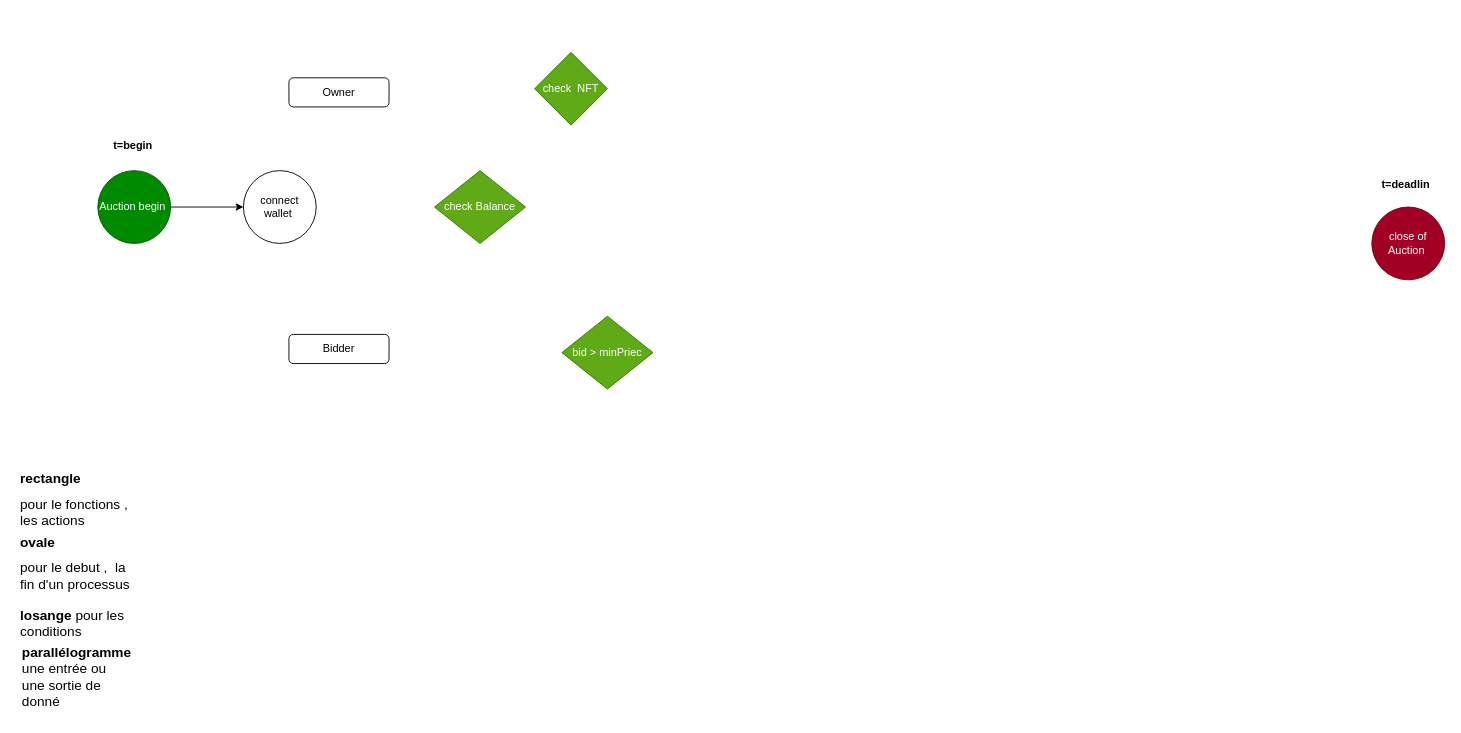
mous1985/gno keeps this draw.io diagram as examples/gno.land/r/demo/auction/test.drawio. Above is the earlier version. Source tidied: cells renumbered, new cells numbered last; positions are measured from the earlier drawing's top-left corner, leaving out a move shared by most shapes. Both pictures are drawn from the tidied source at 91%, with x=0, y=0 at pixel (15, 52).
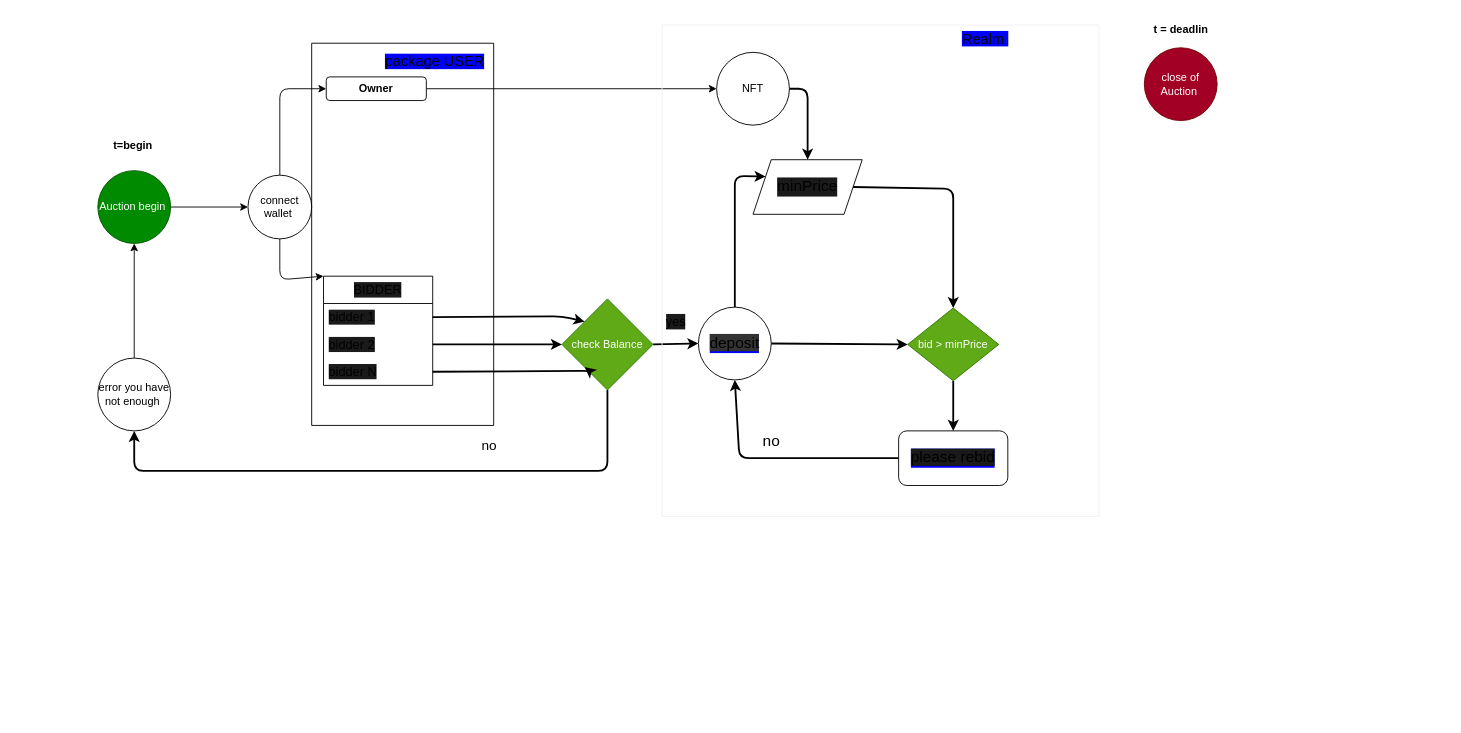
Above is the later version.

Commit message (it also covers changes not shown here):
diagram modification

Unchanged cells that the change refers to:
```xml
<mxCell id="6" value="Auction begin&amp;nbsp;" style="ellipse;whiteSpace=wrap;html=1;fillColor=#008a00;fontColor=#ffffff;strokeColor=#005700;" parent="1" vertex="1">
  <mxGeometry x="90" y="130" width="80" height="80" as="geometry" />
</mxCell>
```

The edit, as a diff of the source:
```diff
@@
-    <mxCell id="2" value="check Balance" style="rhombus;whiteSpace=wrap;html=1;fillColor=#60a917;fontColor=#ffffff;strokeColor=#2D7600;" parent="1" vertex="1">
-      <mxGeometry x="460" y="130" width="100" height="80" as="geometry" />
-    </mxCell>
-    <mxCell id="3" value="check&amp;nbsp; NFT" style="rhombus;whiteSpace=wrap;html=1;fillColor=#60a917;fontColor=#ffffff;strokeColor=#2D7600;" parent="1" vertex="1">
-      <mxGeometry x="570" width="80" height="80" as="geometry" />
-    </mxCell>
-    <mxCell id="4" value="bid &amp;gt; minPriec" style="rhombus;whiteSpace=wrap;html=1;fillColor=#60a917;fontColor=#ffffff;strokeColor=#2D7600;" parent="1" vertex="1">
-      <mxGeometry x="600" y="290" width="100" height="80" as="geometry" />
-    </mxCell>
+    <mxCell id="17" style="edgeStyle=none;html=1;exitX=0.5;exitY=1;exitDx=0;exitDy=0;entryX=0.5;entryY=1;entryDx=0;entryDy=0;startArrow=none;" parent="1" edge="1" source="21" target="6">
+      <mxGeometry relative="1" as="geometry" />
+    </mxCell>
@@
+    <mxCell id="18" style="edgeStyle=none;html=1;exitX=0.5;exitY=1;exitDx=0;exitDy=0;entryX=0;entryY=0;entryDx=0;entryDy=0;" parent="1" edge="1" source="7" target="35">
+      <mxGeometry relative="1" as="geometry">
+        <Array as="points">
+          <mxPoint x="290" y="250" />
+        </Array>
+      </mxGeometry>
+    </mxCell>
+    <mxCell id="19" style="edgeStyle=none;html=1;exitX=0.5;exitY=0;exitDx=0;exitDy=0;entryX=0;entryY=0.5;entryDx=0;entryDy=0;" parent="1" edge="1" source="7" target="11">
+      <mxGeometry relative="1" as="geometry">
+        <Array as="points">
+          <mxPoint x="290" y="40" />
+        </Array>
+      </mxGeometry>
+    </mxCell>
     <mxCell id="7" value="connect wallet&amp;nbsp;" style="ellipse;whiteSpace=wrap;html=1;" parent="1" vertex="1">
-      <mxGeometry x="250" y="130" width="80" height="80" as="geometry" />
+      <mxGeometry x="255" y="135" width="70" height="70" as="geometry" />
     </mxCell>
     <mxCell id="8" value="close of Auction&amp;nbsp;" style="ellipse;whiteSpace=wrap;html=1;fillColor=#a20025;fontColor=#ffffff;strokeColor=#6F0000;" parent="1" vertex="1">
-      <mxGeometry x="1490" y="170" width="80" height="80" as="geometry" />
+      <mxGeometry x="1240" y="-5" width="80" height="80" as="geometry" />
     </mxCell>
-    <mxCell id="9" value="&lt;b&gt;t=deadlin&lt;/b&gt;" style="text;html=1;align=center;verticalAlign=middle;strokeColor=none;fillColor=none;" parent="1" vertex="1">
-      <mxGeometry x="1487" y="131" width="80" height="30" as="geometry" />
+    <mxCell id="9" value="&lt;b&gt;t = deadlin&lt;/b&gt;" style="text;html=1;align=center;verticalAlign=middle;strokeColor=none;fillColor=none;" parent="1" vertex="1">
+      <mxGeometry x="1240" y="-40" width="80" height="30" as="geometry" />
     </mxCell>
@@
+    <mxCell id="20" style="edgeStyle=none;html=1;exitX=1;exitY=0.5;exitDx=0;exitDy=0;fontSize=17;entryX=0;entryY=0.5;entryDx=0;entryDy=0;" parent="1" edge="1" source="11" target="26">
+      <mxGeometry relative="1" as="geometry" />
+    </mxCell>
-    <mxCell id="11" value="Owner" style="rounded=1;whiteSpace=wrap;html=1;" parent="1" vertex="1">
-      <mxGeometry x="300" y="28" width="110" height="32" as="geometry" />
+    <mxCell id="11" value="&lt;b&gt;Owner&lt;/b&gt;" style="rounded=1;whiteSpace=wrap;html=1;" parent="1" vertex="1">
+      <mxGeometry x="341" y="27" width="110" height="26" as="geometry" />
     </mxCell>
-    <mxCell id="12" value="Bidder" style="rounded=1;whiteSpace=wrap;html=1;" parent="1" vertex="1">
-      <mxGeometry x="300" y="310" width="110" height="32" as="geometry" />
-    </mxCell>
-    <mxCell id="13" value="&lt;h1 style=&quot;font-size: 15px;&quot;&gt;&lt;font style=&quot;font-size: 15px;&quot;&gt;rectangle&amp;nbsp;&lt;/font&gt;&lt;/h1&gt;&lt;div style=&quot;font-size: 15px;&quot;&gt;pour le fonctions , les actions&amp;nbsp; &amp;nbsp;&lt;/div&gt;" style="text;html=1;strokeColor=none;fillColor=none;spacing=5;spacingTop=-20;whiteSpace=wrap;overflow=hidden;rounded=0;" parent="1" vertex="1">
-      <mxGeometry y="460" width="130" height="70" as="geometry" />
-    </mxCell>
-    <mxCell id="14" value="&lt;h1 style=&quot;font-size: 15px;&quot;&gt;&lt;span style=&quot;background-color: initial;&quot;&gt;ovale&amp;nbsp;&lt;/span&gt;&lt;/h1&gt;&lt;h1 style=&quot;font-size: 15px;&quot;&gt;&lt;span style=&quot;background-color: initial; font-weight: normal;&quot;&gt;pour le debut ,&amp;nbsp; la fin d'un processus&lt;/span&gt;&lt;br&gt;&lt;/h1&gt;" style="text;html=1;strokeColor=none;fillColor=none;spacing=5;spacingTop=-20;whiteSpace=wrap;overflow=hidden;rounded=0;" parent="1" vertex="1">
-      <mxGeometry y="530" width="130" height="70" as="geometry" />
-    </mxCell>
-    <mxCell id="15" value="&lt;h1 style=&quot;font-size: 15px;&quot;&gt;&lt;span style=&quot;background-color: initial;&quot;&gt;losange&amp;nbsp;&lt;/span&gt;&lt;span style=&quot;background-color: initial; font-weight: normal;&quot;&gt;pour les conditions&amp;nbsp;&lt;/span&gt;&lt;br&gt;&lt;/h1&gt;" style="text;html=1;strokeColor=none;fillColor=none;spacing=5;spacingTop=-20;whiteSpace=wrap;overflow=hidden;rounded=0;" parent="1" vertex="1">
-      <mxGeometry y="610" width="130" height="50" as="geometry" />
-    </mxCell>
-    <mxCell id="16" value="&lt;h1 style=&quot;font-size: 15px;&quot;&gt;parallélogramme&lt;span style=&quot;font-weight: normal;&quot;&gt; une entrée ou une sortie de donné&lt;/span&gt;&lt;/h1&gt;" style="text;html=1;strokeColor=none;fillColor=none;spacing=5;spacingTop=-20;whiteSpace=wrap;overflow=hidden;rounded=0;" parent="1" vertex="1">
-      <mxGeometry x="2" y="651" width="128" height="79" as="geometry" />
-    </mxCell>
+    <mxCell id="21" value="error you have not enough&amp;nbsp;" style="ellipse;whiteSpace=wrap;html=1;" parent="1" vertex="1">
+      <mxGeometry x="90" y="336" width="80" height="80" as="geometry" />
+    </mxCell>
+    <mxCell id="22" value="&lt;font style=&quot;font-size: 15px;&quot;&gt;no&lt;/font&gt;" style="text;html=1;align=center;verticalAlign=middle;strokeColor=none;fillColor=none;" parent="1" vertex="1">
+      <mxGeometry x="500" y="417" width="40" height="30" as="geometry" />
+    </mxCell>
+    <mxCell id="23" style="edgeStyle=none;html=1;entryX=0.5;entryY=1;entryDx=0;entryDy=0;strokeWidth=2;fontSize=17;" parent="1" edge="1" source="2" target="21">
+      <mxGeometry relative="1" as="geometry">
+        <Array as="points">
+          <mxPoint x="650" y="460" />
+          <mxPoint x="130" y="460" />
+        </Array>
+      </mxGeometry>
+    </mxCell>
+    <mxCell id="24" style="edgeStyle=none;html=1;exitX=1;exitY=0.5;exitDx=0;exitDy=0;entryX=0;entryY=0.5;entryDx=0;entryDy=0;strokeWidth=2;fontSize=17;" parent="1" edge="1" source="2" target="31">
+      <mxGeometry relative="1" as="geometry" />
+    </mxCell>
+    <mxCell id="2" value="check Balance" style="rhombus;whiteSpace=wrap;html=1;fillColor=#60a917;fontColor=#ffffff;strokeColor=#2D7600;" parent="1" vertex="1">
+      <mxGeometry x="600" y="271" width="100" height="100" as="geometry" />
+    </mxCell>
+    <mxCell id="25" style="edgeStyle=none;html=1;exitX=1;exitY=0.5;exitDx=0;exitDy=0;strokeWidth=2;fontSize=16;" parent="1" edge="1" source="26" target="46">
+      <mxGeometry relative="1" as="geometry">
+        <Array as="points">
+          <mxPoint x="870" y="40" />
+        </Array>
+      </mxGeometry>
+    </mxCell>
+    <mxCell id="26" value="NFT" style="ellipse;whiteSpace=wrap;html=1;rounded=1;" parent="1" vertex="1">
+      <mxGeometry x="770" width="80" height="80" as="geometry" />
+    </mxCell>
+    <mxCell id="27" style="edgeStyle=none;html=1;exitX=0.5;exitY=1;exitDx=0;exitDy=0;strokeWidth=2;fontSize=17;" parent="1" edge="1" source="28" target="33">
+      <mxGeometry relative="1" as="geometry" />
+    </mxCell>
+    <mxCell id="28" value="bid &amp;gt; minPrice" style="rhombus;whiteSpace=wrap;html=1;fillColor=#60a917;fontColor=#ffffff;strokeColor=#2D7600;" parent="1" vertex="1">
+      <mxGeometry x="980" y="281" width="100" height="80" as="geometry" />
+    </mxCell>
+    <mxCell id="29" style="edgeStyle=none;html=1;exitX=1;exitY=0.5;exitDx=0;exitDy=0;entryX=0;entryY=0.5;entryDx=0;entryDy=0;strokeWidth=2;fontSize=17;" parent="1" edge="1" source="31" target="28">
+      <mxGeometry relative="1" as="geometry" />
+    </mxCell>
+    <mxCell id="30" style="edgeStyle=none;html=1;exitX=0.5;exitY=0;exitDx=0;exitDy=0;entryX=0;entryY=0.25;entryDx=0;entryDy=0;strokeWidth=2;fontSize=16;" parent="1" edge="1" source="31" target="46">
+      <mxGeometry relative="1" as="geometry">
+        <Array as="points">
+          <mxPoint x="790" y="136" />
+        </Array>
+      </mxGeometry>
+    </mxCell>
+    <mxCell id="31" value="&lt;span style=&quot;background-color: rgb(51, 51, 51);&quot;&gt;deposit&lt;/span&gt;" style="ellipse;whiteSpace=wrap;html=1;labelBackgroundColor=#0000FF;strokeWidth=1;fontSize=17;" parent="1" vertex="1">
+      <mxGeometry x="750" y="280" width="80" height="80" as="geometry" />
+    </mxCell>
+    <mxCell id="32" style="edgeStyle=none;html=1;exitX=0;exitY=0.5;exitDx=0;exitDy=0;entryX=0.5;entryY=1;entryDx=0;entryDy=0;strokeWidth=2;fontSize=15;" parent="1" edge="1" source="33" target="31">
+      <mxGeometry relative="1" as="geometry">
+        <Array as="points">
+          <mxPoint x="795" y="446" />
+        </Array>
+      </mxGeometry>
+    </mxCell>
+    <mxCell id="33" value="&lt;span style=&quot;background-color: rgb(26, 26, 26);&quot;&gt;please rebid&lt;/span&gt;" style="rounded=1;whiteSpace=wrap;html=1;labelBackgroundColor=#0000FF;strokeWidth=1;fontSize=17;" parent="1" vertex="1">
+      <mxGeometry x="970" y="416" width="120" height="60" as="geometry" />
+    </mxCell>
+    <mxCell id="34" value="no" style="text;html=1;align=center;verticalAlign=middle;strokeColor=none;fillColor=none;fontSize=17;" parent="1" vertex="1">
+      <mxGeometry x="810" y="413" width="40" height="30" as="geometry" />
+    </mxCell>
+    <mxCell id="35" value="BIDDER" style="swimlane;fontStyle=0;horizontal=1;startSize=30;whiteSpace=wrap;html=1;labelBackgroundColor=#1A1A1A;strokeWidth=1;fontSize=14;" parent="1" vertex="1">
+      <mxGeometry x="338" y="246" width="120" height="120" as="geometry" />
+    </mxCell>
+    <mxCell id="36" value="bidder 1" style="text;strokeColor=none;fillColor=none;align=left;verticalAlign=middle;spacingLeft=4;spacingRight=4;overflow=hidden;points=[[0,0.5],[1,0.5]];portConstraint=eastwest;whiteSpace=wrap;html=1;labelBackgroundColor=#1A1A1A;strokeWidth=1;fontSize=14;" parent="35" vertex="1">
+      <mxGeometry y="30" width="120" height="30" as="geometry" />
+    </mxCell>
+    <mxCell id="37" value="bidder 2" style="text;strokeColor=none;fillColor=none;align=left;verticalAlign=middle;spacingLeft=4;spacingRight=4;overflow=hidden;points=[[0,0.5],[1,0.5]];portConstraint=eastwest;whiteSpace=wrap;html=1;labelBackgroundColor=#1A1A1A;strokeWidth=1;fontSize=14;" parent="35" vertex="1">
+      <mxGeometry y="60" width="120" height="30" as="geometry" />
+    </mxCell>
+    <mxCell id="38" value="bidder N" style="text;strokeColor=none;fillColor=none;align=left;verticalAlign=middle;spacingLeft=4;spacingRight=4;overflow=hidden;points=[[0,0.5],[1,0.5]];portConstraint=eastwest;whiteSpace=wrap;html=1;labelBackgroundColor=#1A1A1A;strokeWidth=1;fontSize=14;" parent="35" vertex="1">
+      <mxGeometry y="90" width="120" height="30" as="geometry" />
+    </mxCell>
+    <mxCell id="39" style="edgeStyle=none;html=1;exitX=1;exitY=0.5;exitDx=0;exitDy=0;entryX=0;entryY=0;entryDx=0;entryDy=0;strokeWidth=2;fontSize=14;" parent="1" edge="1" source="36" target="2">
+      <mxGeometry relative="1" as="geometry">
+        <Array as="points">
+          <mxPoint x="600" y="290" />
+        </Array>
+      </mxGeometry>
+    </mxCell>
+    <mxCell id="40" style="edgeStyle=none;html=1;exitX=1;exitY=0.5;exitDx=0;exitDy=0;entryX=0;entryY=0.5;entryDx=0;entryDy=0;strokeWidth=2;fontSize=14;" parent="1" edge="1" source="37" target="2">
+      <mxGeometry relative="1" as="geometry" />
+    </mxCell>
+    <mxCell id="41" value="yes" style="text;html=1;align=center;verticalAlign=middle;strokeColor=none;fillColor=none;fontSize=14;labelBackgroundColor=#1A1A1A;strokeWidth=1;" parent="1" vertex="1">
+      <mxGeometry x="700" y="281" width="50" height="30" as="geometry" />
+    </mxCell>
+    <mxCell id="42" style="edgeStyle=none;html=1;exitX=1;exitY=0.5;exitDx=0;exitDy=0;entryX=0;entryY=1;entryDx=0;entryDy=0;strokeWidth=2;fontSize=15;" parent="1" edge="1" source="38" target="2">
+      <mxGeometry relative="1" as="geometry">
+        <Array as="points">
+          <mxPoint x="630" y="350" />
+        </Array>
+      </mxGeometry>
+    </mxCell>
+    <mxCell id="43" style="swimlane;startSize=0;labelBackgroundColor=#1A1A1A;strokeWidth=1;fontSize=15;" parent="1" vertex="1">
+      <mxGeometry x="325" y="-10" width="200" height="420" as="geometry" />
+    </mxCell>
+    <mxCell id="44" value="&lt;font style=&quot;font-size: 16px; background-color: rgb(0, 0, 255);&quot;&gt;package USER&lt;/font&gt;" style="text;html=1;align=center;verticalAlign=middle;strokeColor=none;fillColor=none;fontSize=15;" parent="1" vertex="1">
+      <mxGeometry x="395" y="-5" width="130" height="30" as="geometry" />
+    </mxCell>
+    <mxCell id="45" style="swimlane;startSize=0;labelBackgroundColor=#0000FF;strokeWidth=1;fontSize=16;strokeColor=#F0F0F0;" parent="1" vertex="1">
+      <mxGeometry x="710" y="-30" width="480" height="540" as="geometry" />
+    </mxCell>
+    <mxCell id="46" value="minPrice" style="shape=parallelogram;perimeter=parallelogramPerimeter;whiteSpace=wrap;html=1;fixedSize=1;labelBackgroundColor=#1A1A1A;strokeWidth=1;fontSize=17;" parent="45" vertex="1">
+      <mxGeometry x="100" y="148" width="120" height="60" as="geometry" />
+    </mxCell>
+    <mxCell id="47" value="&lt;span style=&quot;background-color: rgb(0, 0, 255);&quot;&gt;Realm&amp;nbsp;&lt;/span&gt;" style="text;html=1;align=center;verticalAlign=middle;strokeColor=none;fillColor=none;fontSize=16;" parent="45" vertex="1">
+      <mxGeometry x="320" width="70" height="30" as="geometry" />
+    </mxCell>
+    <mxCell id="48" style="edgeStyle=none;html=1;exitX=1;exitY=0.5;exitDx=0;exitDy=0;strokeWidth=2;fontSize=16;entryX=0.5;entryY=0;entryDx=0;entryDy=0;" parent="1" edge="1" source="46" target="28">
+      <mxGeometry relative="1" as="geometry">
+        <Array as="points">
+          <mxPoint x="1030" y="150" />
+        </Array>
+      </mxGeometry>
+    </mxCell>
```
